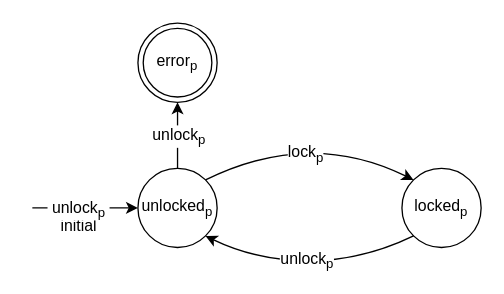
The draw.io diagram background/figures/double-unlock.drawio in andersfischernielsen/Finding-Resource-Manipulation-Bugs-with-Monitor-Automata-on-the-Example-of-the-Linux-Kernel, before the edit. Source tidied: cells renumbered, new cells numbered last; positions are measured from the earlier drawing's top-left corner, leaving out a move shared by most shapes. Both pictures are drawn from the tidied source at 132%, with x=0, y=0 at pixel (32, 22).
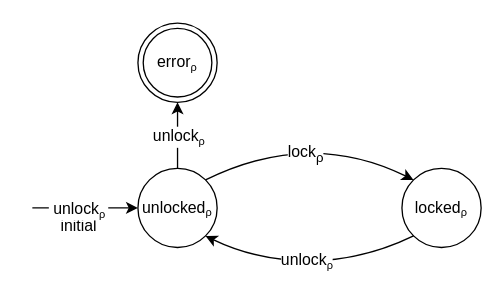
The same page after the edit.

Change to the diagram source:
```diff
@@
 <mxGraphModel>
   <root>
     <mxCell id="0" />
     <mxCell id="1" parent="0" />
-    <mxCell id="2" value="unlocked&lt;sub&gt;p&lt;/sub&gt;" style="ellipse;whiteSpace=wrap;html=1;" parent="1" vertex="1">
+    <mxCell id="2" value="unlocked&lt;span style=&quot;font-size: 10px&quot;&gt;&lt;sub&gt;ρ&lt;/sub&gt;&lt;/span&gt;" style="ellipse;whiteSpace=wrap;html=1;" parent="1" vertex="1">
       <mxGeometry x="80" y="110" width="60" height="60" as="geometry" />
     </mxCell>
     <mxCell id="3" style="endArrow=classic;html=1;entryX=0;entryY=0.5;entryDx=0;entryDy=0;" parent="1" edge="1" target="2">
       <mxGeometry relative="1" as="geometry">
         <mxPoint y="140" as="sourcePoint" />
       </mxGeometry>
     </mxCell>
     <mxCell id="4" value="&lt;span&gt;initial&lt;/span&gt;" style="text;html=1;align=center;verticalAlign=top;labelBackgroundColor=#ffffff;fontStyle=0;" parent="3" vertex="1">
       <mxGeometry x="-0.15" relative="1" as="geometry" />
     </mxCell>
-    <mxCell id="5" value="&amp;nbsp;unlock&lt;sub&gt;p&lt;/sub&gt;&amp;nbsp;" style="text;html=1;align=center;verticalAlign=middle;labelBackgroundColor=#ffffff;" parent="3" vertex="1">
+    <mxCell id="5" value="&amp;nbsp;unlock&lt;span style=&quot;font-size: 10px&quot;&gt;&lt;sub&gt;ρ&amp;nbsp;&lt;/sub&gt;&lt;/span&gt;" style="text;html=1;align=center;verticalAlign=middle;labelBackgroundColor=#ffffff;" parent="3" vertex="1">
       <mxGeometry x="-0.16" relative="1" as="geometry" />
     </mxCell>
     <mxCell id="6" style="endArrow=classic;html=1;exitX=0.5;exitY=0;exitDx=0;exitDy=0;entryX=0.5;entryY=1;entryDx=0;entryDy=0;" parent="1" edge="1" source="2">
       <mxGeometry relative="1" as="geometry">
         <mxPoint x="110" y="60" as="targetPoint" />
       </mxGeometry>
     </mxCell>
-    <mxCell id="7" value="unlock&lt;sub&gt;p&lt;/sub&gt;" style="text;html=1;align=center;verticalAlign=middle;labelBackgroundColor=#ffffff;" parent="6" vertex="1">
+    <mxCell id="7" value="unlock&lt;span style=&quot;font-size: 10px&quot;&gt;&lt;sub&gt;ρ&lt;/sub&gt;&lt;/span&gt;" style="text;html=1;align=center;verticalAlign=middle;labelBackgroundColor=#ffffff;" parent="6" vertex="1">
       <mxGeometry x="0.48" y="-2" relative="1" as="geometry">
         <mxPoint x="-2" y="12" as="offset" />
       </mxGeometry>
     </mxCell>
-    <mxCell id="8" value="locked&lt;sub&gt;p&lt;/sub&gt;" style="ellipse;whiteSpace=wrap;html=1;" parent="1" vertex="1">
+    <mxCell id="8" value="locked&lt;span style=&quot;font-size: 10px&quot;&gt;&lt;sub&gt;ρ&lt;/sub&gt;&lt;/span&gt;" style="ellipse;whiteSpace=wrap;html=1;" parent="1" vertex="1">
       <mxGeometry x="280" y="110" width="60" height="60" as="geometry" />
     </mxCell>
     <mxCell id="9" style="curved=1;endArrow=classic;html=1;exitX=1;exitY=0;exitDx=0;exitDy=0;entryX=0;entryY=0;entryDx=0;entryDy=0;" parent="1" edge="1" source="2" target="8">
       <mxGeometry relative="1" as="geometry">
         <Array as="points">
           <mxPoint x="210" y="80" />
         </Array>
       </mxGeometry>
     </mxCell>
-    <mxCell id="10" value="&lt;div&gt;lock&lt;sub&gt;p&lt;/sub&gt;&lt;/div&gt;" style="text;html=1;align=center;verticalAlign=middle;labelBackgroundColor=#ffffff;" parent="9" vertex="1">
+    <mxCell id="10" value="&lt;div&gt;lock&lt;sub&gt;ρ&lt;/sub&gt;&lt;/div&gt;" style="text;html=1;align=center;verticalAlign=middle;labelBackgroundColor=#ffffff;" parent="9" vertex="1">
       <mxGeometry x="-0.14" y="-15" relative="1" as="geometry" />
     </mxCell>
     <mxCell id="11" style="curved=1;endArrow=classic;html=1;entryX=1;entryY=1;entryDx=0;entryDy=0;exitX=0;exitY=1;exitDx=0;exitDy=0;" parent="1" edge="1" source="8" target="2">
       <mxGeometry relative="1" as="geometry">
         <Array as="points">
           <mxPoint x="250" y="180" />
           <mxPoint x="170" y="180" />
         </Array>
       </mxGeometry>
     </mxCell>
-    <mxCell id="12" value="unlock&lt;sub&gt;p&lt;/sub&gt;" style="text;html=1;align=center;verticalAlign=middle;labelBackgroundColor=#ffffff;" parent="11" vertex="1">
+    <mxCell id="12" value="unlock&lt;span style=&quot;font-size: 10px&quot;&gt;&lt;sub&gt;ρ&lt;/sub&gt;&lt;/span&gt;" style="text;html=1;align=center;verticalAlign=middle;labelBackgroundColor=#ffffff;" parent="11" vertex="1">
       <mxGeometry x="0.04" y="-1" relative="1" as="geometry" />
     </mxCell>
-    <mxCell id="13" value="error&lt;sub&gt;p&lt;/sub&gt;" style="ellipse;shape=doubleEllipse;whiteSpace=wrap;html=1;" parent="1" vertex="1">
+    <mxCell id="13" value="error&lt;span style=&quot;font-size: 10px&quot;&gt;&lt;sub&gt;ρ&lt;/sub&gt;&lt;/span&gt;" style="ellipse;shape=doubleEllipse;whiteSpace=wrap;html=1;" parent="1" vertex="1">
       <mxGeometry x="80" width="60" height="60" as="geometry" />
     </mxCell>
   </root>
 </mxGraphModel>
```
